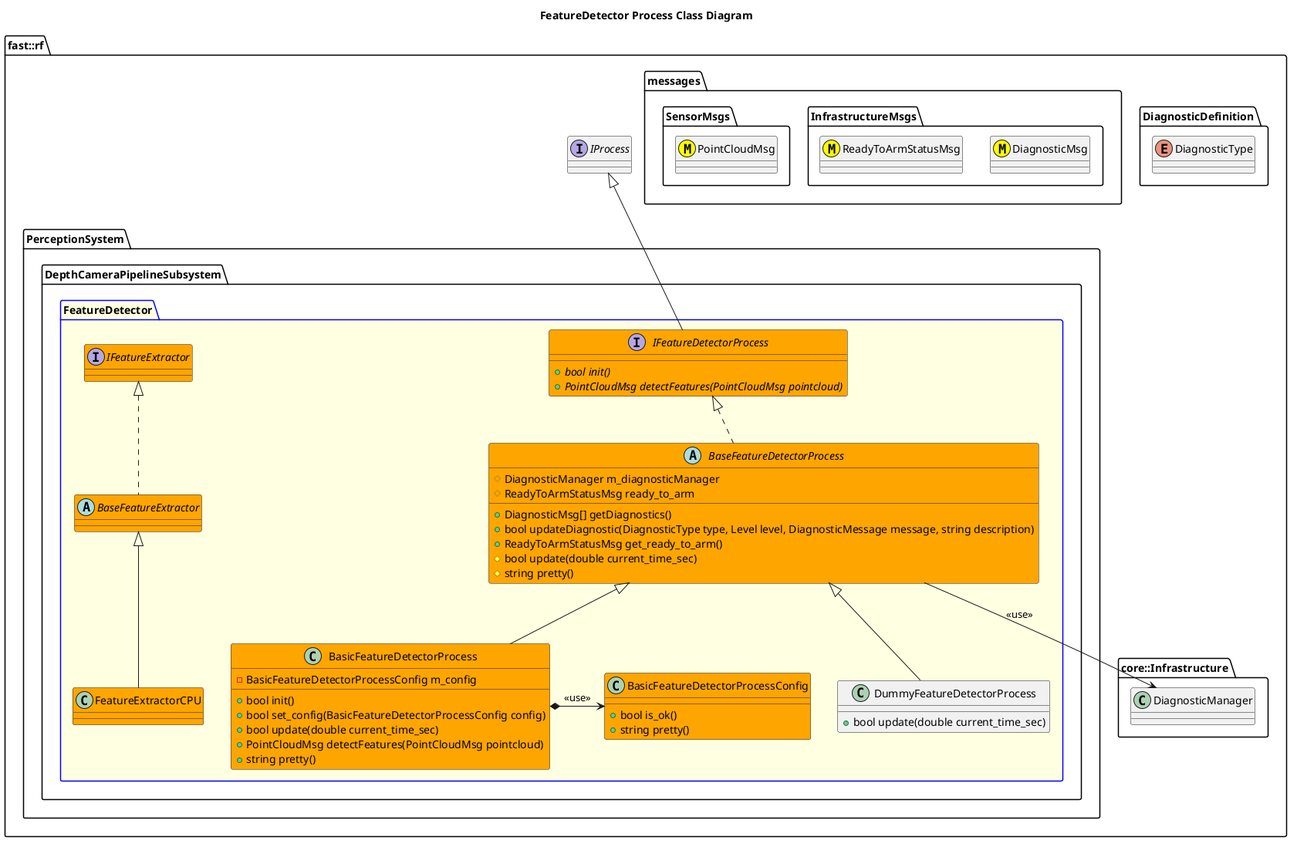
fastrobotics/robot_framework keeps this PlantUML diagram as Systems/Perception/Subsystems/DepthCameraPipeline/Processes/FeatureDetector/doc/puml/FeatureDetectorProcessClassDiagram.png. Above is the earlier version.
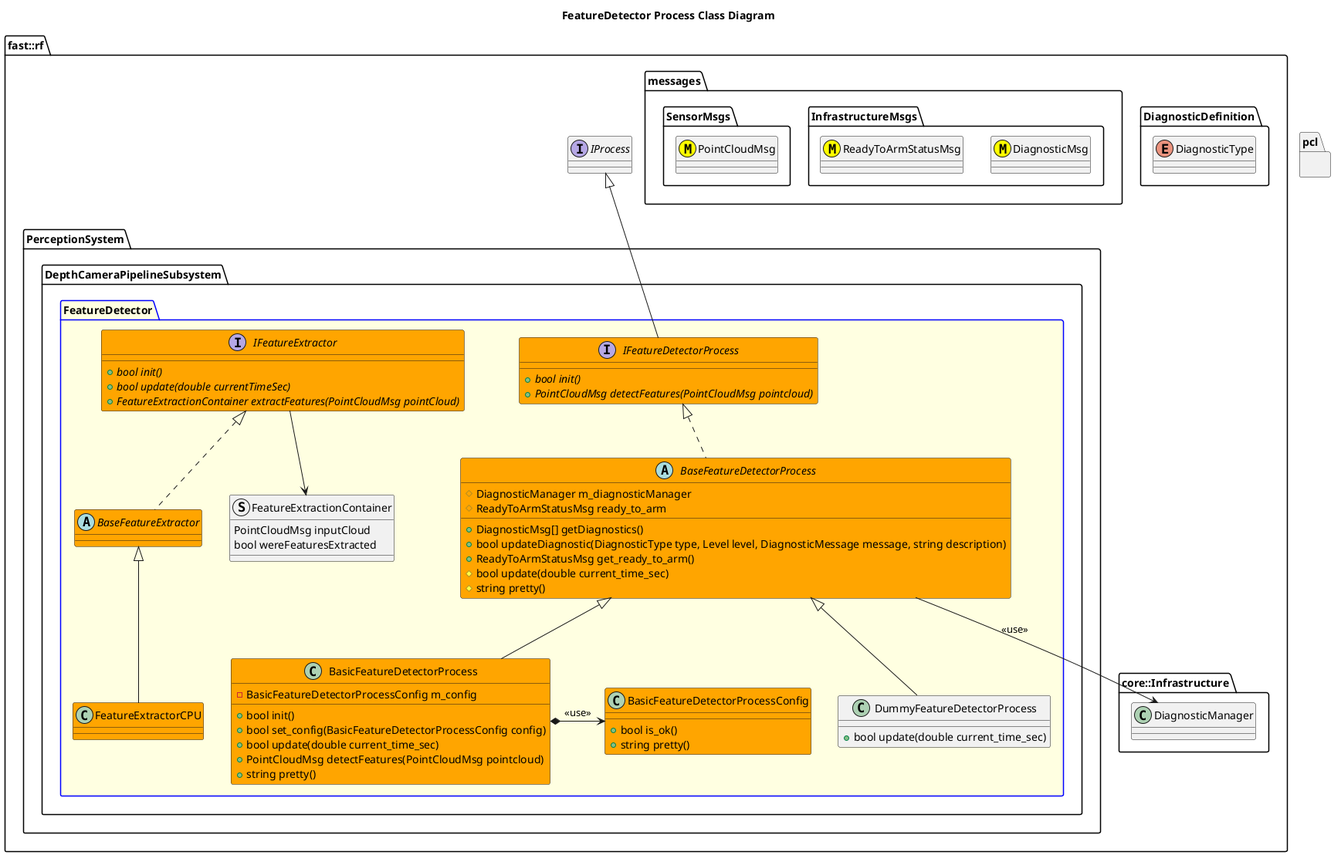
The same diagram one commit later.

What changed in the source:
```diff
@@ -1,6 +1,8 @@
 @startuml
 title FeatureDetector Process Class Diagram
+namespace pcl {
 
+}
 namespace fast::rf {
   namespace DiagnosticDefinition {
     enum DiagnosticType
@@ -21,9 +23,16 @@
   namespace PerceptionSystem {
     namespace DepthCameraPipelineSubsystem {
       package FeatureDetector #LightYellow;line:blue {
+        struct FeatureExtractionContainer {
+            PointCloudMsg inputCloud
+            bool wereFeaturesExtracted
+        }
         interface IFeatureExtractor #Orange {
-
+            +{abstract} bool init()
+            +{abstract} bool update(double currentTimeSec)
+            +{abstract} FeatureExtractionContainer extractFeatures(PointCloudMsg pointCloud)
         }
+        IFeatureExtractor --> FeatureExtractionContainer
         abstract BaseFeatureExtractor #Orange {
 
         }
```
